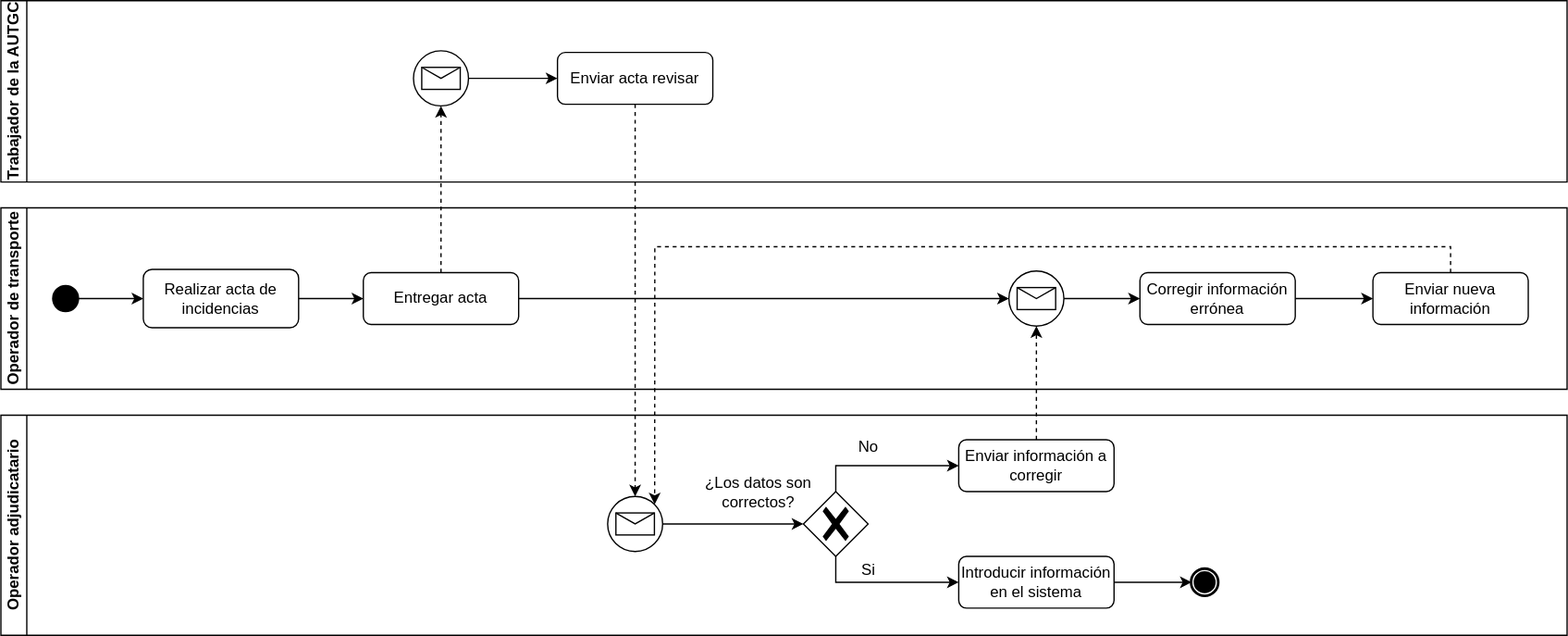
This is Proyecto/BPMN-01.svg from ags000/INRE-UAL-TURQUESA-2022, a draw.io export, as it was before one commit. Source tidied: cells renumbered, new cells last; positions are measured from the earlier drawing's top-left corner, leaving out a move shared by most shapes.
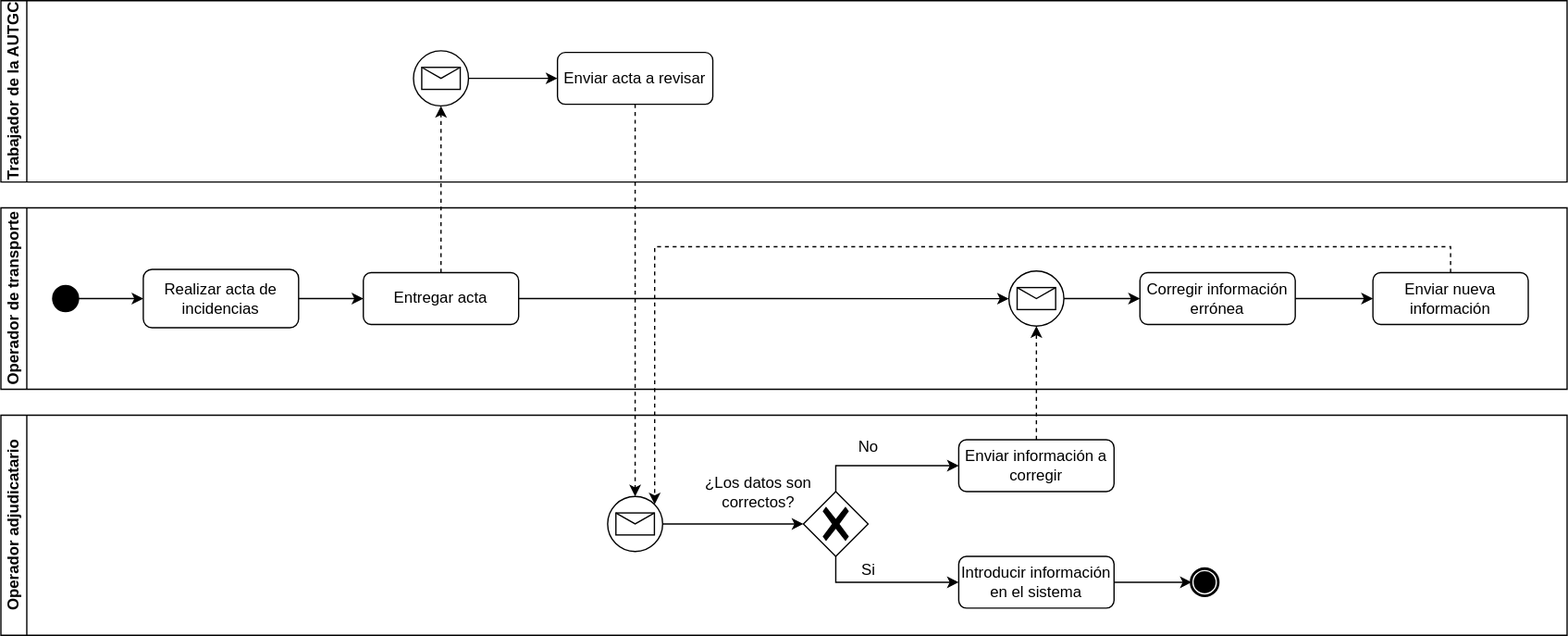
Above is the later version.

Commit message:
BPMN-01 finalizado

Change to the diagram source:
```diff
@@ -11,7 +11,7 @@
     <mxCell id="4" style="points=[[0.145,0.145,0],[0.5,0,0],[0.855,0.145,0],[1,0.5,0],[0.855,0.855,0],[0.5,1,0],[0.145,0.855,0],[0,0.5,0]];shape=mxgraph.bpmn.event;html=1;verticalLabelPosition=bottom;labelBackgroundColor=#ffffff;verticalAlign=top;align=center;perimeter=ellipsePerimeter;outlineConnect=0;outline=standard;symbol=message;" parent="2" vertex="1">
       <mxGeometry x="318.8" y="38.8" width="42.5" height="42.5" as="geometry" />
     </mxCell>
-    <mxCell id="5" value="Enviar acta revisar" style="rounded=1;whiteSpace=wrap;html=1;" parent="2" vertex="1">
+    <mxCell id="5" value="Enviar acta a revisar" style="rounded=1;whiteSpace=wrap;html=1;" parent="2" vertex="1">
       <mxGeometry x="430" y="40" width="120" height="40" as="geometry" />
     </mxCell>
     <mxCell id="6" value="Operador de transporte" style="swimlane;startSize=20;horizontal=0;html=1;whiteSpace=wrap;" parent="1" vertex="1">
```
